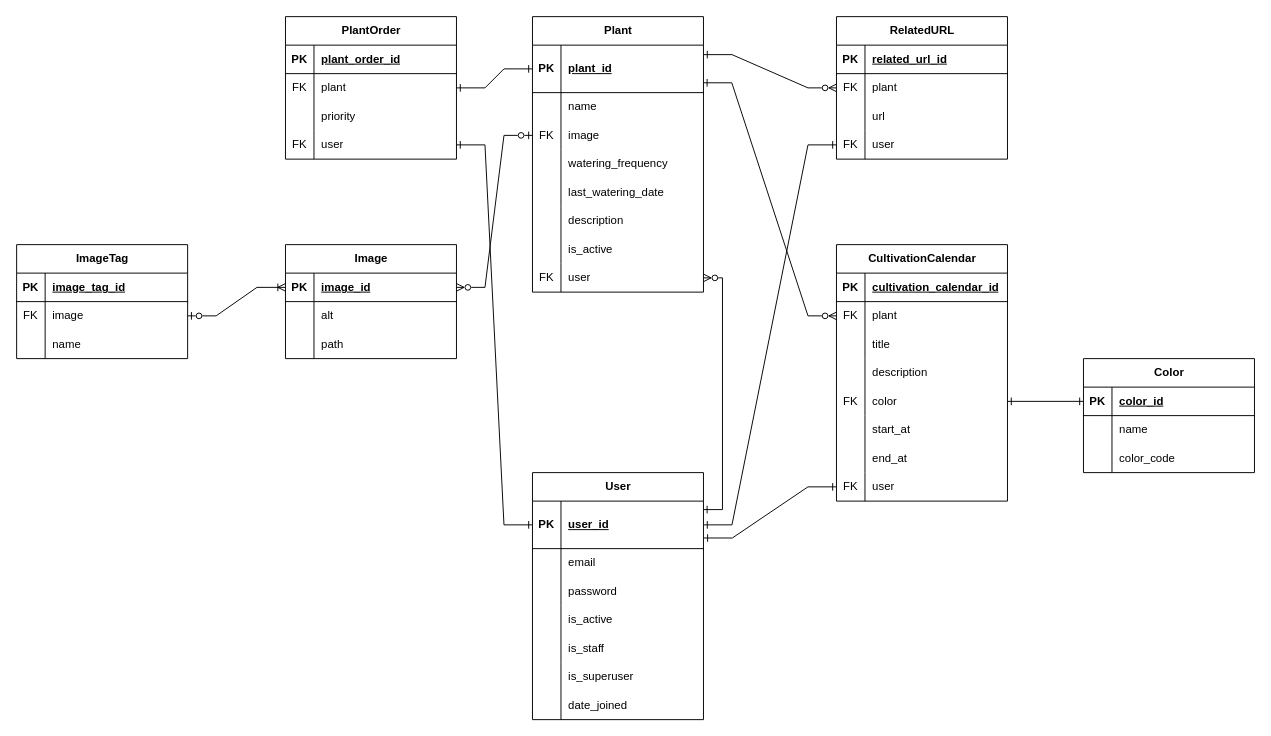
Above: documents/ERD.drawio in AikawaShota/garden-management (draw.io), before the change. Source tidied: cells renumbered, new cells numbered last; positions are measured from the earlier drawing's top-left corner, leaving out a move shared by most shapes. Both pictures are drawn from the tidied source at 95%, with x=0, y=0 at pixel (16, 16).
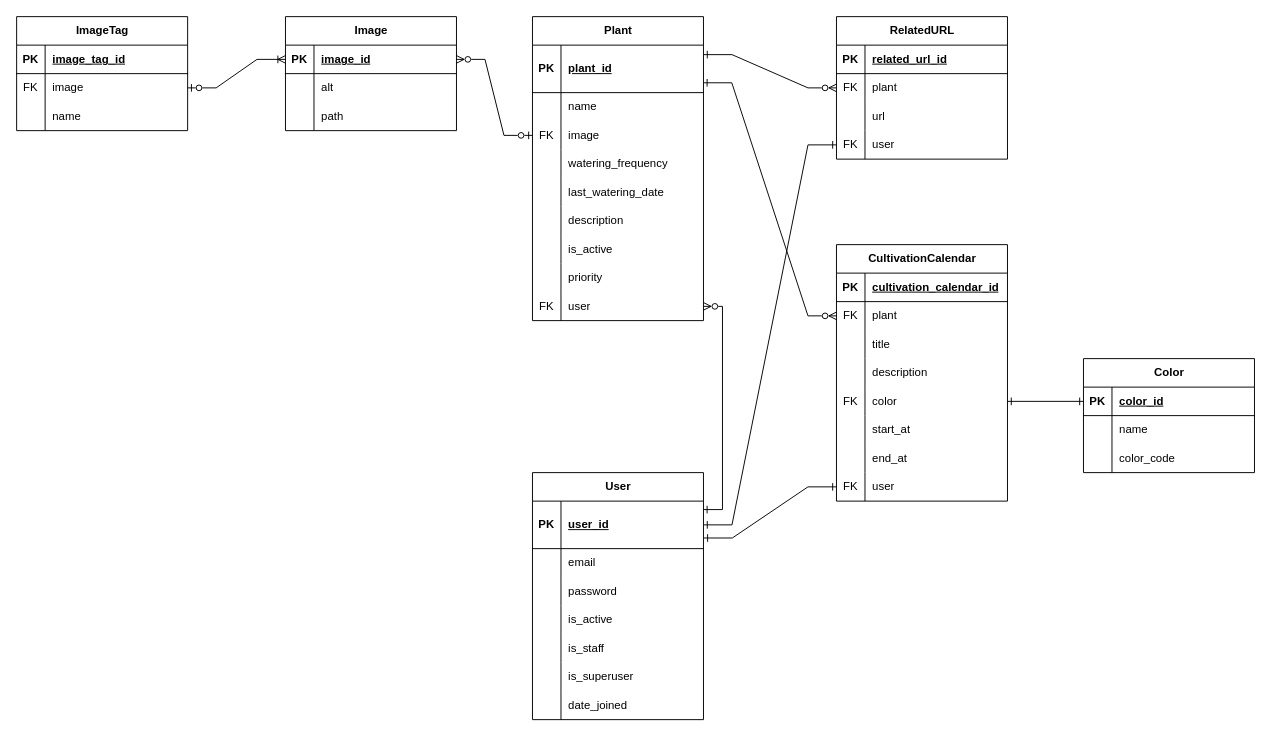
Above is the later version.

Unchanged cells that the change refers to:
```xml
<mxCell id="3" style="shape=tableRow;horizontal=0;startSize=0;swimlaneHead=0;swimlaneBody=0;fillColor=none;points=[[0,0.5],[1,0.5]];portConstraint=eastwest;top=0;left=0;right=0;bottom=1;" parent="2" vertex="1">
  <mxGeometry y="30" width="180" height="50" as="geometry" />
</mxCell>
<mxCell id="28" style="shape=tableRow;horizontal=0;startSize=0;swimlaneHead=0;swimlaneBody=0;fillColor=none;points=[[0,0.5],[1,0.5]];portConstraint=eastwest;top=0;left=0;right=0;bottom=1;" parent="27" vertex="1">
  <mxGeometry y="30" width="180" height="50" as="geometry" />
</mxCell>
```

Diff of the diagram source:
```diff
@@
     <mxCell id="2" value="Plant" style="shape=table;startSize=30;childLayout=tableLayout;rowLines=0;fontStyle=1;align=center;html=1;" parent="1" vertex="1">
-      <mxGeometry x="543" width="180" height="290" as="geometry" />
+      <mxGeometry x="543" width="180" height="320" as="geometry" />
     </mxCell>
@@
+    <mxCell id="141" style="shape=tableRow;horizontal=0;startSize=0;swimlaneHead=0;swimlaneBody=0;fillColor=none;top=0;left=0;right=0;bottom=0;" parent="2" vertex="1">
+      <mxGeometry y="260" width="180" height="30" as="geometry" />
+    </mxCell>
+    <mxCell id="131" style="shape=partialRectangle;fillColor=none;top=0;left=0;bottom=0;right=0;overflow=hidden;whiteSpace=wrap;html=1;" parent="141" vertex="1">
+      <mxGeometry width="30" height="30" as="geometry" />
+    </mxCell>
+    <mxCell id="132" value="priority" style="shape=partialRectangle;fillColor=none;top=0;left=0;bottom=0;right=0;align=left;spacingLeft=6;overflow=hidden;whiteSpace=wrap;html=1;" parent="141" vertex="1">
+      <mxGeometry x="30" width="150" height="30" as="geometry" />
+    </mxCell>
     <mxCell id="24" style="shape=tableRow;horizontal=0;startSize=0;swimlaneHead=0;swimlaneBody=0;fillColor=none;points=[[0,0.5],[1,0.5]];portConstraint=eastwest;top=0;left=0;right=0;bottom=0;" parent="2" vertex="1">
-      <mxGeometry y="260" width="180" height="30" as="geometry" />
+      <mxGeometry y="290" width="180" height="30" as="geometry" />
     </mxCell>
@@
     <mxCell id="100" value="Image" style="shape=table;startSize=30;childLayout=tableLayout;rowLines=0;fontStyle=1;align=center;html=1;" parent="1" vertex="1">
-      <mxGeometry x="283" y="240" width="180" height="120" as="geometry" />
+      <mxGeometry x="283" width="180" height="120" as="geometry" />
     </mxCell>
@@
     <mxCell id="111" value="ImageTag" style="shape=table;startSize=30;childLayout=tableLayout;rowLines=0;fontStyle=1;align=center;html=1;" parent="1" vertex="1">
-      <mxGeometry y="240" width="180" height="120" as="geometry" />
+      <mxGeometry width="180" height="120" as="geometry" />
     </mxCell>
@@
-    <mxCell id="123" value="PlantOrder" style="shape=table;startSize=30;childLayout=tableLayout;rowLines=0;fontStyle=1;align=center;html=1;" parent="1" vertex="1">
-      <mxGeometry x="283" width="180" height="150" as="geometry" />
-    </mxCell>
-    <mxCell id="124" style="shape=tableRow;horizontal=0;startSize=0;swimlaneHead=0;swimlaneBody=0;fillColor=none;points=[[0,0.5],[1,0.5]];portConstraint=eastwest;top=0;left=0;right=0;bottom=1;" parent="123" vertex="1">
-      <mxGeometry y="30" width="180" height="30" as="geometry" />
-    </mxCell>
-    <mxCell id="125" value="PK" style="shape=partialRectangle;fillColor=none;top=0;left=0;bottom=0;right=0;fontStyle=1;overflow=hidden;whiteSpace=wrap;html=1;" parent="124" vertex="1">
-      <mxGeometry width="30" height="30" as="geometry" />
-    </mxCell>
-    <mxCell id="126" value="plant_order_id" style="shape=partialRectangle;fillColor=none;top=0;left=0;bottom=0;right=0;align=left;spacingLeft=6;fontStyle=5;overflow=hidden;whiteSpace=wrap;html=1;" parent="124" vertex="1">
-      <mxGeometry x="30" width="150" height="30" as="geometry" />
-    </mxCell>
-    <mxCell id="127" style="shape=tableRow;horizontal=0;startSize=0;swimlaneHead=0;swimlaneBody=0;fillColor=none;points=[[0,0.5],[1,0.5]];portConstraint=eastwest;top=0;left=0;right=0;bottom=0;" parent="123" vertex="1">
-      <mxGeometry y="60" width="180" height="30" as="geometry" />
-    </mxCell>
-    <mxCell id="128" value="FK" style="shape=partialRectangle;fillColor=none;top=0;left=0;bottom=0;right=0;overflow=hidden;whiteSpace=wrap;html=1;" parent="127" vertex="1">
-      <mxGeometry width="30" height="30" as="geometry" />
-    </mxCell>
-    <mxCell id="129" value="plant" style="shape=partialRectangle;fillColor=none;top=0;left=0;bottom=0;right=0;align=left;spacingLeft=6;overflow=hidden;whiteSpace=wrap;html=1;" parent="127" vertex="1">
-      <mxGeometry x="30" width="150" height="30" as="geometry" />
-    </mxCell>
-    <mxCell id="130" style="shape=tableRow;horizontal=0;startSize=0;swimlaneHead=0;swimlaneBody=0;fillColor=none;top=0;left=0;right=0;bottom=0;" parent="123" vertex="1">
-      <mxGeometry y="90" width="180" height="30" as="geometry" />
-    </mxCell>
-    <mxCell id="131" style="shape=partialRectangle;fillColor=none;top=0;left=0;bottom=0;right=0;overflow=hidden;whiteSpace=wrap;html=1;" parent="130" vertex="1">
-      <mxGeometry width="30" height="30" as="geometry" />
-    </mxCell>
-    <mxCell id="132" value="priority" style="shape=partialRectangle;fillColor=none;top=0;left=0;bottom=0;right=0;align=left;spacingLeft=6;overflow=hidden;whiteSpace=wrap;html=1;" parent="130" vertex="1">
-      <mxGeometry x="30" width="150" height="30" as="geometry" />
-    </mxCell>
-    <mxCell id="133" style="shape=tableRow;horizontal=0;startSize=0;swimlaneHead=0;swimlaneBody=0;fillColor=none;points=[[0,0.5],[1,0.5]];portConstraint=eastwest;top=0;left=0;right=0;bottom=0;" parent="123" vertex="1">
-      <mxGeometry y="120" width="180" height="30" as="geometry" />
-    </mxCell>
-    <mxCell id="134" value="FK" style="shape=partialRectangle;fillColor=none;top=0;left=0;bottom=0;right=0;overflow=hidden;whiteSpace=wrap;html=1;" parent="133" vertex="1">
-      <mxGeometry width="30" height="30" as="geometry" />
-    </mxCell>
-    <mxCell id="135" value="user" style="shape=partialRectangle;fillColor=none;top=0;left=0;bottom=0;right=0;align=left;spacingLeft=6;overflow=hidden;whiteSpace=wrap;html=1;" parent="133" vertex="1">
-      <mxGeometry x="30" width="150" height="30" as="geometry" />
-    </mxCell>
-    <mxCell id="136" style="edgeStyle=entityRelationEdgeStyle;rounded=0;jettySize=auto;html=1;exitX=0;exitY=0.5;exitDx=0;exitDy=0;entryX=1;entryY=0.5;entryDx=0;entryDy=0;startArrow=ERone;startFill=0;endArrow=ERone;endFill=0;" parent="1" edge="1" target="124">
-      <mxGeometry relative="1" as="geometry" />
-    </mxCell>
-    <mxCell id="137" style="edgeStyle=entityRelationEdgeStyle;rounded=0;jettySize=auto;html=1;exitX=0;exitY=0.5;exitDx=0;exitDy=0;entryX=1;entryY=0.5;entryDx=0;entryDy=0;startArrow=ERone;startFill=0;endArrow=ERone;endFill=0;" parent="1" edge="1" source="3" target="127">
-      <mxGeometry relative="1" as="geometry" />
-    </mxCell>
-    <mxCell id="138" style="edgeStyle=entityRelationEdgeStyle;rounded=0;jettySize=auto;html=1;exitX=1;exitY=0.5;exitDx=0;exitDy=0;entryX=0;entryY=0.5;entryDx=0;entryDy=0;startArrow=ERone;startFill=0;endArrow=ERone;endFill=0;" parent="1" edge="1" source="133" target="28">
-      <mxGeometry relative="1" as="geometry" />
-    </mxCell>
```
